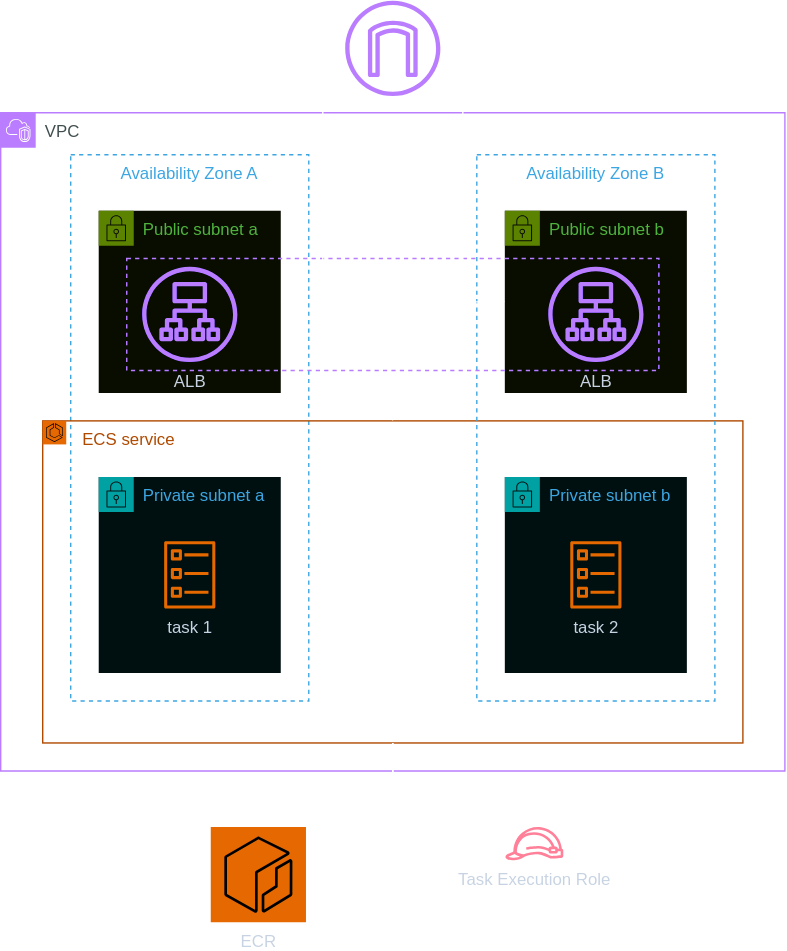
The draw.io diagram docs/media/lab_3_arch.drawio.svg in superluminar-io/aws_advanced_workshop, before a commit. Source tidied: cells renumbered, new cells last; positions are measured from the earlier drawing's top-left corner, leaving out a move shared by most shapes.
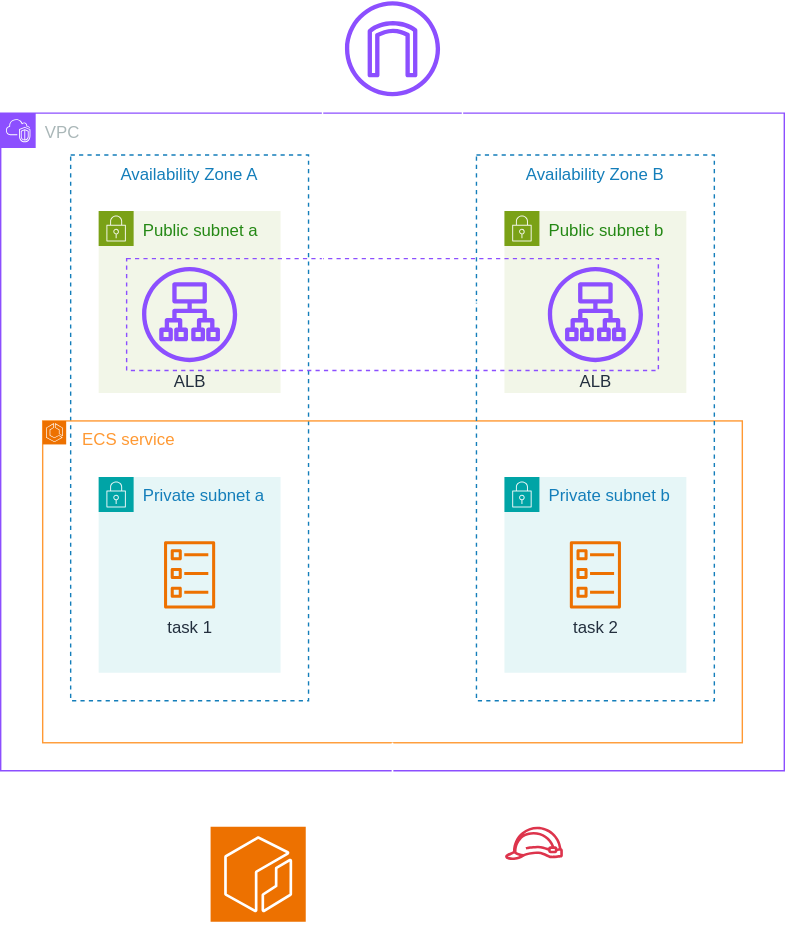
After the change.

Change to the diagram source:
```diff
@@ -29,14 +29,6 @@
     <mxCell id="10" value="ALB" style="sketch=0;fontColor=#232F3E;gradientColor=none;fillColor=#8C4FFF;strokeColor=none;dashed=0;verticalLabelPosition=bottom;verticalAlign=top;align=center;html=1;fontSize=12;fontStyle=0;shape=mxgraph.aws4.application_load_balancer;" parent="2" vertex="1">
       <mxGeometry x="101" y="110" width="68" height="68" as="geometry" />
     </mxCell>
-    <mxCell id="11" style="edgeStyle=orthogonalEdgeStyle;rounded=0;jettySize=auto;html=1;" parent="2" edge="1" source="17" target="6">
-      <mxGeometry relative="1" as="geometry">
-        <Array as="points">
-          <mxPoint x="280" y="210" />
-          <mxPoint x="280" y="210" />
-        </Array>
-      </mxGeometry>
-    </mxCell>
     <mxCell id="12" value="Availability Zone B" style="fillColor=none;strokeColor=#147EBA;dashed=1;verticalAlign=top;fontStyle=0;fontColor=#147EBA;whiteSpace=wrap;html=1;" parent="2" vertex="1">
       <mxGeometry x="340" y="30" width="170" height="390" as="geometry" />
     </mxCell>
@@ -58,7 +50,7 @@
     <mxCell id="18" style="sketch=0;outlineConnect=0;fontColor=#232F3E;gradientColor=none;fillColor=#8C4FFF;strokeColor=none;dashed=0;verticalLabelPosition=bottom;verticalAlign=top;align=center;html=1;fontSize=12;fontStyle=0;shape=mxgraph.aws4.internet_gateway;" parent="1" vertex="1">
       <mxGeometry x="246" width="68" height="68" as="geometry" />
     </mxCell>
-    <mxCell id="19" style="edgeStyle=orthogonalEdgeStyle;rounded=0;jettySize=auto;html=1;startArrow=classic;startFill=1;" parent="1" edge="1" source="18" target="4">
+    <mxCell id="19" style="edgeStyle=orthogonalEdgeStyle;rounded=0;jettySize=auto;html=1;startArrow=classic;startFill=1;strokeColor=#FFFFFF;" parent="1" edge="1" source="18" target="4">
       <mxGeometry relative="1" as="geometry">
         <Array as="points">
           <mxPoint x="230" y="34" />
@@ -66,7 +58,7 @@
         </Array>
       </mxGeometry>
     </mxCell>
-    <mxCell id="20" style="edgeStyle=orthogonalEdgeStyle;rounded=0;jettySize=auto;html=1;startArrow=classic;startFill=1;" parent="1" edge="1" source="18" target="13">
+    <mxCell id="20" style="edgeStyle=orthogonalEdgeStyle;rounded=0;jettySize=auto;html=1;startArrow=classic;startFill=1;strokeColor=#FFFFFF;" parent="1" edge="1" source="18" target="13">
       <mxGeometry relative="1" as="geometry">
         <Array as="points">
           <mxPoint x="330" y="34" />
@@ -74,17 +66,22 @@
         </Array>
       </mxGeometry>
     </mxCell>
-    <mxCell id="21" style="edgeStyle=orthogonalEdgeStyle;rounded=0;jettySize=auto;html=1;entryX=0.5;entryY=1;entryDx=0;entryDy=0;startArrow=classic;startFill=1;endArrow=none;endFill=0;" parent="1" edge="1" source="22" target="6">
+    <mxCell id="21" style="edgeStyle=orthogonalEdgeStyle;rounded=0;jettySize=auto;html=1;entryX=0.5;entryY=1;entryDx=0;entryDy=0;startArrow=classic;startFill=1;endArrow=none;endFill=0;strokeColor=#FFFFFF;" parent="1" edge="1" source="22" target="6">
       <mxGeometry relative="1" as="geometry" />
     </mxCell>
-    <mxCell id="22" value="ECR" style="sketch=0;points=[[0,0,0],[0.25,0,0],[0.5,0,0],[0.75,0,0],[1,0,0],[0,1,0],[0.25,1,0],[0.5,1,0],[0.75,1,0],[1,1,0],[0,0.25,0],[0,0.5,0],[0,0.75,0],[1,0.25,0],[1,0.5,0],[1,0.75,0]];outlineConnect=0;fontColor=#232F3E;fillColor=#ED7100;strokeColor=#ffffff;dashed=0;verticalLabelPosition=bottom;verticalAlign=top;align=center;html=1;fontSize=12;fontStyle=0;shape=mxgraph.aws4.resourceIcon;resIcon=mxgraph.aws4.ecr;" parent="1" vertex="1">
+    <mxCell id="22" value="ECR" style="sketch=0;points=[[0,0,0],[0.25,0,0],[0.5,0,0],[0.75,0,0],[1,0,0],[0,1,0],[0.25,1,0],[0.5,1,0],[0.75,1,0],[1,1,0],[0,0.25,0],[0,0.5,0],[0,0.75,0],[1,0.25,0],[1,0.5,0],[1,0.75,0]];outlineConnect=0;fontColor=#FFFFFF;fillColor=#ED7100;strokeColor=#ffffff;dashed=0;verticalLabelPosition=bottom;verticalAlign=top;align=center;html=1;fontSize=12;fontStyle=0;shape=mxgraph.aws4.resourceIcon;resIcon=mxgraph.aws4.ecr;" parent="1" vertex="1">
       <mxGeometry x="150" y="590" width="68" height="68" as="geometry" />
     </mxCell>
-    <mxCell id="23" value="Task Execution Role" style="sketch=0;outlineConnect=0;fontColor=#232F3E;gradientColor=none;fillColor=#DD344C;strokeColor=none;dashed=0;verticalLabelPosition=bottom;verticalAlign=top;align=center;html=1;fontSize=12;fontStyle=0;shape=mxgraph.aws4.role;" parent="1" vertex="1">
+    <mxCell id="23" value="Task Execution Role" style="sketch=0;outlineConnect=0;fontColor=#FFFFFF;gradientColor=none;fillColor=#DD344C;strokeColor=none;dashed=0;verticalLabelPosition=bottom;verticalAlign=top;align=center;html=1;fontSize=12;fontStyle=0;shape=mxgraph.aws4.role;" parent="1" vertex="1">
       <mxGeometry x="360" y="590" width="42.2" height="23.8" as="geometry" />
     </mxCell>
-    <mxCell id="24" style="edgeStyle=orthogonalEdgeStyle;rounded=0;jettySize=auto;html=1;" parent="1" edge="1" source="6" target="23">
-      <mxGeometry relative="1" as="geometry" />
+    <mxCell id="24" style="edgeStyle=orthogonalEdgeStyle;rounded=0;jettySize=auto;html=1;strokeColor=#FFFFFF;" parent="1" edge="1" source="6" target="23">
+      <mxGeometry relative="1" as="geometry">
+        <Array as="points">
+          <mxPoint x="280" y="560" />
+          <mxPoint x="381" y="560" />
+        </Array>
+      </mxGeometry>
     </mxCell>
   </root>
 </mxGraphModel>
```
